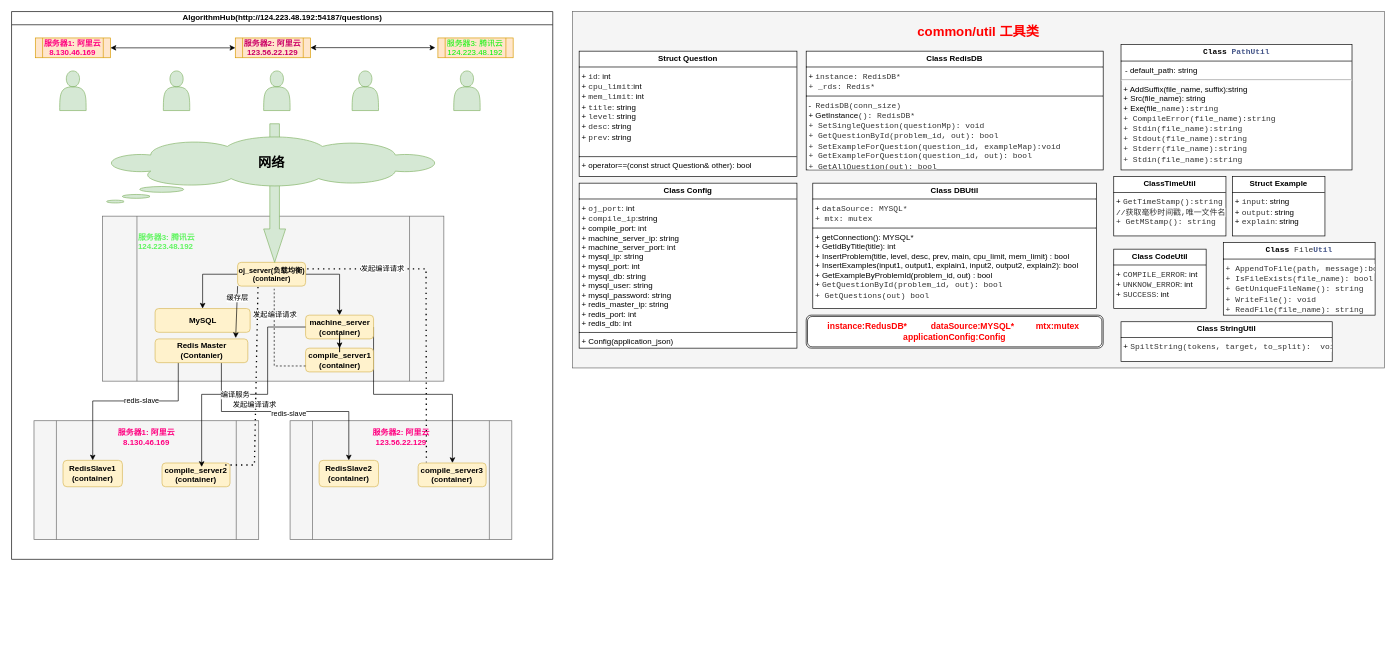
Earlier version of the draw.io diagram 未命名绘图.drawio (chhelloworld/DrawRepository). Source tidied: cells renumbered, new cells numbered last; positions are measured from the earlier drawing's top-left corner, leaving out a move shared by most shapes. Both pictures are drawn from the tidied source at 66%, with x=0, y=0 at pixel (11, 11).
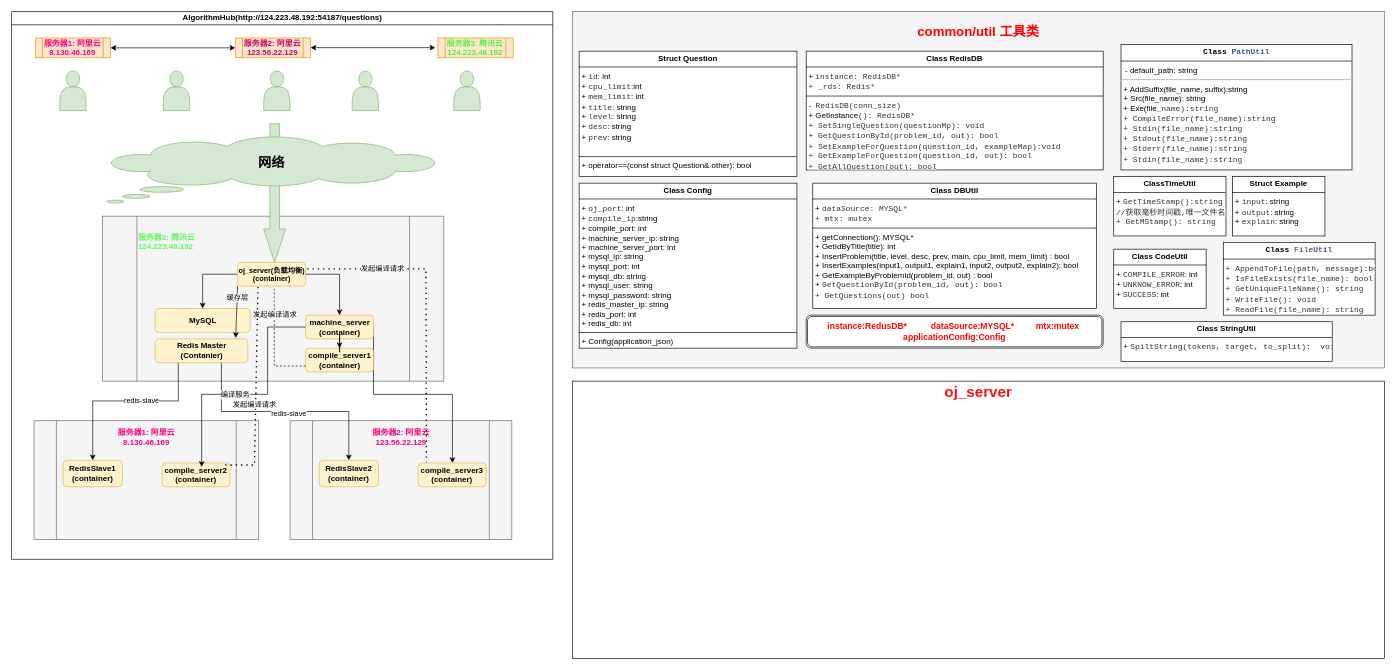
The same diagram, later.

Commit message (it also covers changes not shown here):
更新未命名绘图.drawio

What changed in the source:
```diff
@@
+    <mxCell id="57" value="&lt;font style=&quot;font-size: 23px;&quot; color=&quot;#ff1212&quot;&gt;&lt;b&gt;oj_server&lt;br&gt;&lt;br&gt;&lt;br&gt;&lt;br&gt;&lt;br&gt;&lt;br&gt;&lt;br&gt;&lt;br&gt;&lt;br&gt;&lt;br&gt;&lt;br&gt;&lt;br&gt;&lt;br&gt;&lt;br&gt;&lt;br&gt;&lt;/b&gt;&lt;/font&gt;" style="rounded=0;whiteSpace=wrap;html=1;" parent="1" vertex="1">
+      <mxGeometry x="850" y="560" width="1230" height="420" as="geometry" />
+    </mxCell>
```
